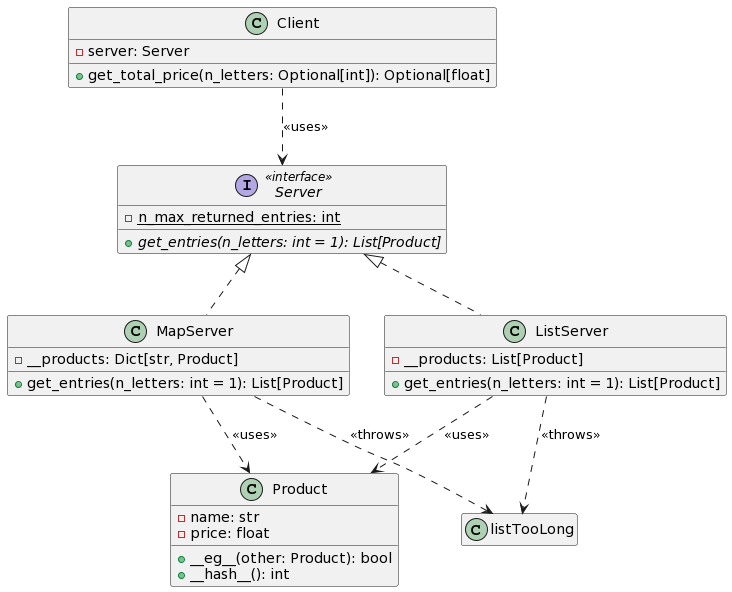
piotr0202/SERVERY_PYTHON keeps this PlantUML diagram as diagram.png. Above is the earlier version.
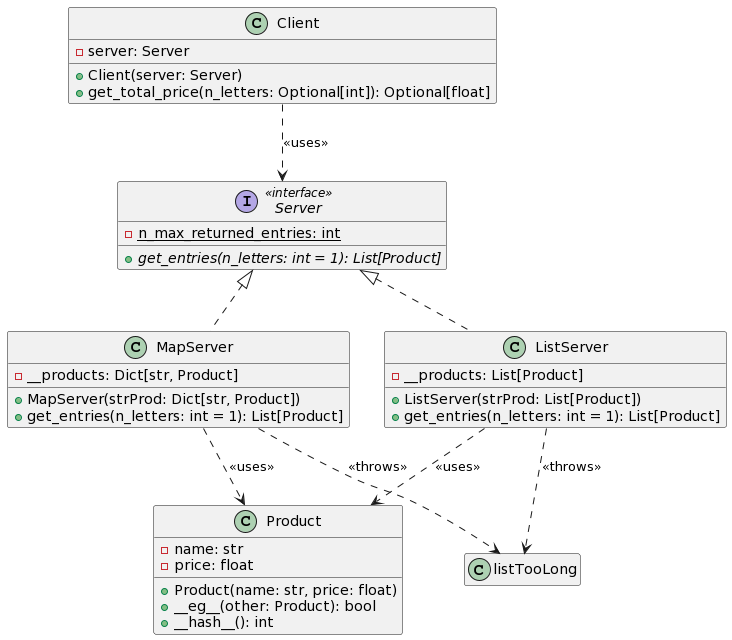
Later version of the same file.

Commit message:
dodanie konstruktorow - diagram

Change to the diagram source:
```diff
@@ -5,18 +5,22 @@
 + {abstract} get_entries(n_letters: int = 1): List[Product]
 }
 class MapServer {
++ MapServer(strProd: Dict[str, Product])
 - __products: Dict[str, Product]
 + get_entries(n_letters: int = 1): List[Product]
 }
 class ListServer {
++ ListServer(strProd: List[Product])
 - __products: List[Product]
 + get_entries(n_letters: int = 1): List[Product]
 }
 class Client {
++ Client(server: Server)
 - server: Server
 + get_total_price(n_letters: Optional[int]): Optional[float]
 }
 class Product {
++ Product(name: str, price: float)
 - name: str
 - price: float
 + __eg__(other: Product): bool
```
